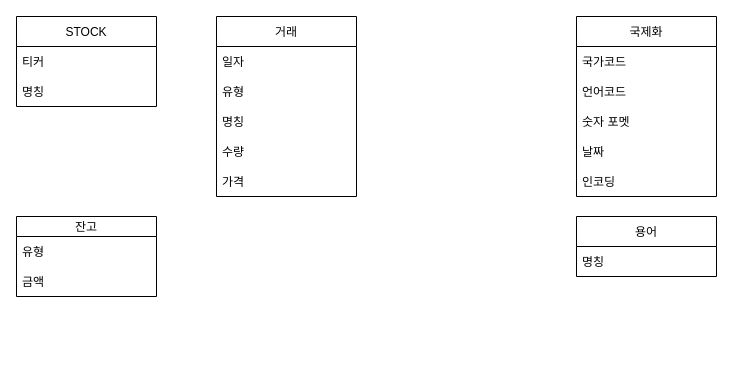
Above: docs/sketch.drawio in kangbokki/stock (draw.io), before the change. Source tidied: cells renumbered, new cells numbered last; positions are measured from the earlier drawing's top-left corner, leaving out a move shared by most shapes. Both pictures are drawn from the tidied source at 100%, with x=0, y=0 at pixel (16, 16).
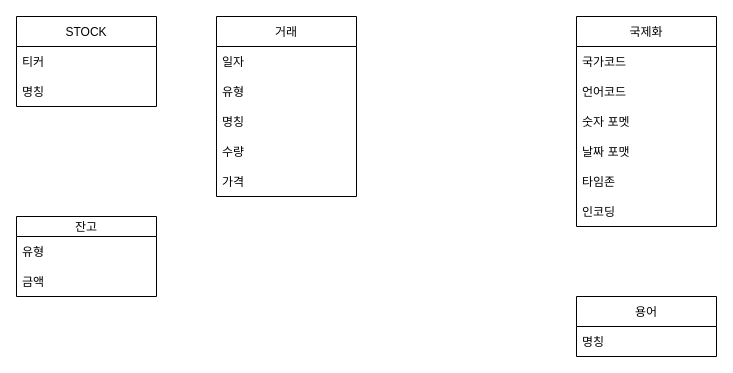
After the change.

The edit, as a diff of the source:
```diff
@@
     <mxCell id="14" value="용어" style="swimlane;fontStyle=0;horizontal=1;startSize=30;" parent="1" vertex="1">
-      <mxGeometry x="560" y="200" width="140" height="60" as="geometry" />
+      <mxGeometry x="560" y="280" width="140" height="60" as="geometry" />
     </mxCell>
@@
     <mxCell id="16" value="국제화" style="swimlane;fontStyle=0;horizontal=1;startSize=30;" parent="1" vertex="1">
-      <mxGeometry x="560" width="140" height="180" as="geometry" />
+      <mxGeometry x="560" width="140" height="210" as="geometry" />
     </mxCell>
@@
-    <mxCell id="20" value="날짜" style="text;strokeColor=none;fillColor=none;align=left;verticalAlign=middle;spacingLeft=4;spacingRight=4;overflow=hidden;" parent="16" vertex="1">
+    <mxCell id="20" value="날짜 포맷" style="text;strokeColor=none;fillColor=none;align=left;verticalAlign=middle;spacingLeft=4;spacingRight=4;overflow=hidden;" parent="16" vertex="1">
       <mxGeometry y="120" width="140" height="30" as="geometry" />
     </mxCell>
-    <mxCell id="21" value="인코딩" style="text;strokeColor=none;fillColor=none;align=left;verticalAlign=middle;spacingLeft=4;spacingRight=4;overflow=hidden;" parent="16" vertex="1">
+    <mxCell id="21" value="타임존" style="text;strokeColor=none;fillColor=none;align=left;verticalAlign=middle;spacingLeft=4;spacingRight=4;overflow=hidden;" parent="16" vertex="1">
       <mxGeometry y="150" width="140" height="30" as="geometry" />
     </mxCell>
+    <mxCell id="22" value="인코딩" style="text;strokeColor=none;fillColor=none;align=left;verticalAlign=middle;spacingLeft=4;spacingRight=4;overflow=hidden;" parent="16" vertex="1">
+      <mxGeometry y="180" width="140" height="30" as="geometry" />
+    </mxCell>
```
